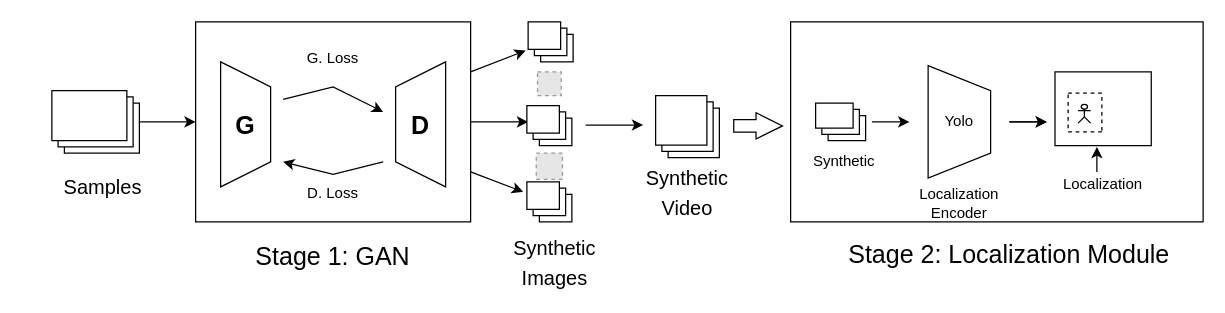
Above: Pipeline Diagram.drawio in ranjulbn20/Diagrams (draw.io), before the change. Source tidied: cells renumbered, new cells numbered last; positions are measured from the earlier drawing's top-left corner, leaving out a move shared by most shapes. Both pictures are drawn from the tidied source at 125%, with x=0, y=0 at pixel (21, 21). Pictures stored in the file or linked from it are replaced by grey dashed boxes.
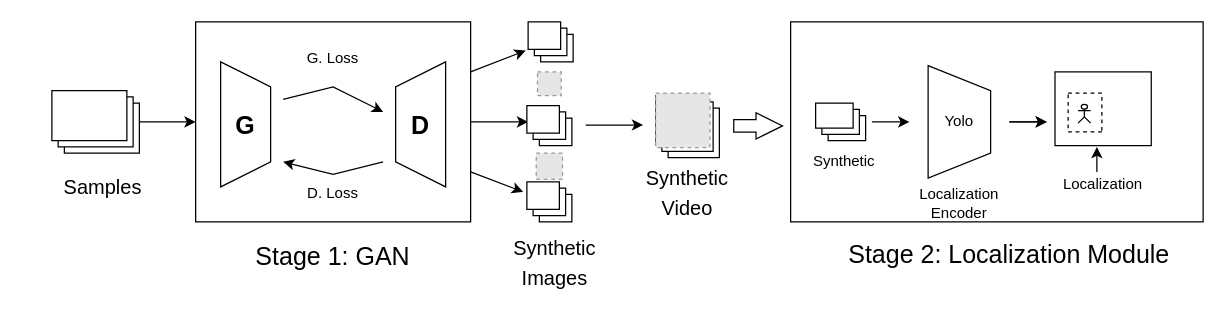
The same diagram, later.

Diff of the diagram source:
```diff
@@
+    <mxCell id="49" style="fillColor=#E6E6E6;strokeColor=#999999;dashed=1;html=1;verticalAlign=top;verticalLabelPosition=bottom;labelBackgroundColor=#ffffff;fontSize=12;" parent="1" vertex="1">
+      <mxGeometry x="507" y="57" width="43.5" height="43.5" as="geometry" />
+    </mxCell>
```
